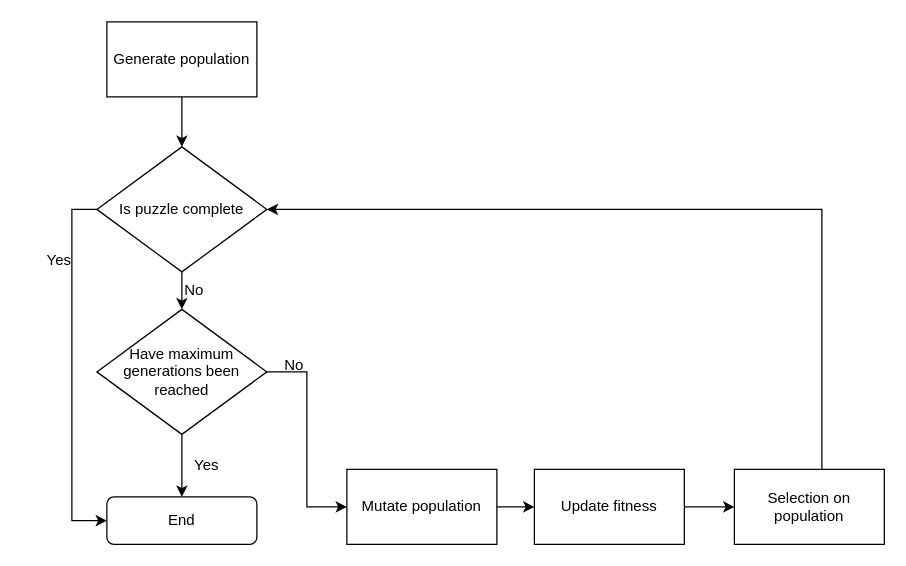
This is page "Page-6" (6 of 7) of Documentation/WIPs/Diagrams/Project diagrams.drawio from sfreeman218/MMP_Sudoku, a draw.io file, before an edit. Source tidied: cells renumbered, new cells numbered last; positions are measured from the earlier drawing's top-left corner, leaving out a move shared by most shapes. Both pictures are drawn from the tidied source at 125%, with x=0, y=0 at pixel (21, 21).
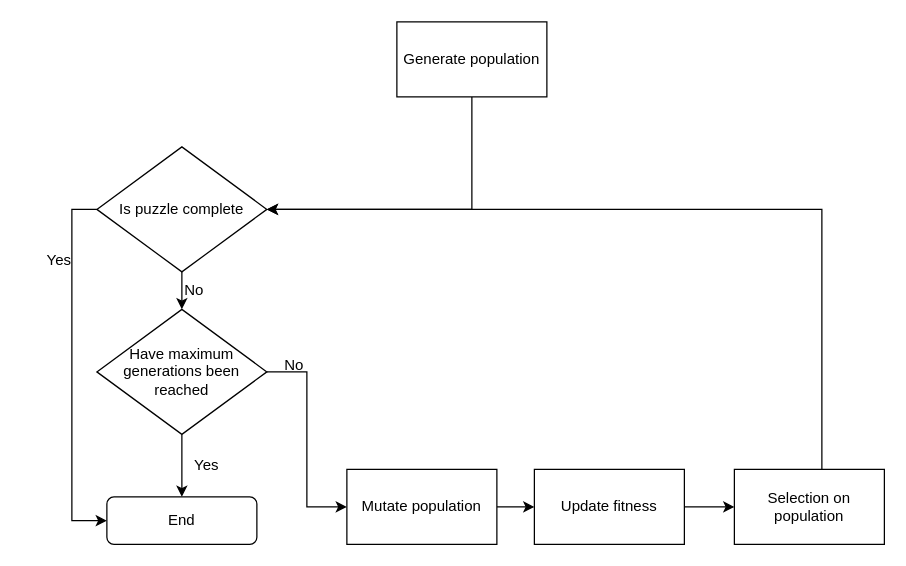
After the change.

The change refers to these unchanged cells:
```xml
<mxCell id="6" value="Is puzzle complete" style="rhombus;whiteSpace=wrap;html=1;" parent="1" vertex="1">
  <mxGeometry x="60" y="100" width="136" height="100" as="geometry" />
</mxCell>
```

What changed in the source:
```diff
@@
-    <mxCell id="2" style="edgeStyle=orthogonalEdgeStyle;rounded=0;jettySize=auto;html=1;entryX=0.5;entryY=0;entryDx=0;entryDy=0;" parent="1" edge="1" source="3" target="6">
-      <mxGeometry relative="1" as="geometry" />
+    <mxCell id="2" style="edgeStyle=orthogonalEdgeStyle;rounded=0;jettySize=auto;html=1;entryX=1;entryY=0.5;entryDx=0;entryDy=0;" parent="1" edge="1" source="3" target="6">
+      <mxGeometry relative="1" as="geometry">
+        <Array as="points">
+          <mxPoint x="360" y="150" />
+        </Array>
+      </mxGeometry>
     </mxCell>
     <mxCell id="3" value="Generate population" style="rounded=0;whiteSpace=wrap;html=1;" parent="1" vertex="1">
-      <mxGeometry x="68" width="120" height="60" as="geometry" />
+      <mxGeometry x="300" width="120" height="60" as="geometry" />
     </mxCell>
```
